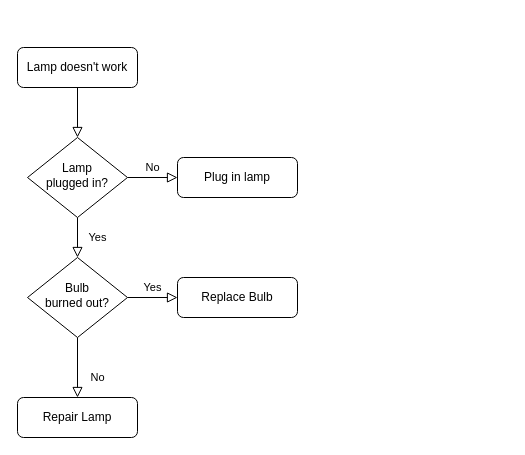
Ijvc01/Prueba keeps this draw.io diagram as Diagrama sin título.drawio. Above is the earlier version. Source tidied: cells renumbered, new cells numbered last; positions are measured from the earlier drawing's top-left corner, leaving out a move shared by most shapes. Both pictures are drawn from the tidied source at 100%, with x=0, y=0 at pixel (17, 47).
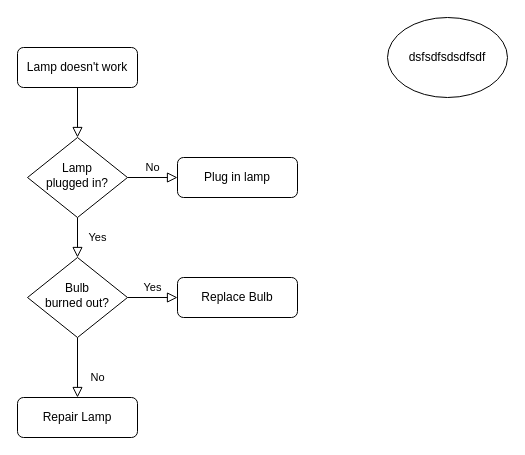
The same diagram, later.

The edit, as a diff of the source:
```diff
@@
 <mxGraphModel>
   <root>
     <mxCell id="0" />
     <mxCell id="1" parent="0" />
     <mxCell id="2" style="rounded=0;html=1;jettySize=auto;fontSize=11;endArrow=block;endFill=0;endSize=8;strokeWidth=1;shadow=0;labelBackgroundColor=none;edgeStyle=orthogonalEdgeStyle;" parent="1" edge="1" source="3" target="6">
       <mxGeometry relative="1" as="geometry" />
     </mxCell>
     <mxCell id="3" value="Lamp doesn't work" style="rounded=1;whiteSpace=wrap;html=1;fontSize=12;glass=0;strokeWidth=1;shadow=0;" parent="1" vertex="1">
       <mxGeometry width="120" height="40" as="geometry" />
     </mxCell>
     <mxCell id="4" value="Yes" style="rounded=0;html=1;jettySize=auto;fontSize=11;endArrow=block;endFill=0;endSize=8;strokeWidth=1;shadow=0;labelBackgroundColor=none;edgeStyle=orthogonalEdgeStyle;" parent="1" edge="1" source="6" target="10">
       <mxGeometry y="20" relative="1" as="geometry" />
     </mxCell>
     <mxCell id="5" value="No" style="edgeStyle=orthogonalEdgeStyle;rounded=0;html=1;jettySize=auto;fontSize=11;endArrow=block;endFill=0;endSize=8;strokeWidth=1;shadow=0;labelBackgroundColor=none;" parent="1" edge="1" source="6" target="7">
       <mxGeometry y="10" relative="1" as="geometry" />
     </mxCell>
     <mxCell id="6" value="Lamp&lt;br&gt;plugged in?" style="rhombus;whiteSpace=wrap;html=1;shadow=0;fontFamily=Helvetica;fontSize=12;align=center;strokeWidth=1;spacing=6;spacingTop=-4;" parent="1" vertex="1">
       <mxGeometry x="10" y="90" width="100" height="80" as="geometry" />
     </mxCell>
     <mxCell id="7" value="Plug in lamp" style="rounded=1;whiteSpace=wrap;html=1;fontSize=12;glass=0;strokeWidth=1;shadow=0;" parent="1" vertex="1">
       <mxGeometry x="160" y="110" width="120" height="40" as="geometry" />
     </mxCell>
     <mxCell id="8" value="No" style="rounded=0;html=1;jettySize=auto;fontSize=11;endArrow=block;endFill=0;endSize=8;strokeWidth=1;shadow=0;labelBackgroundColor=none;edgeStyle=orthogonalEdgeStyle;" parent="1" edge="1" source="10" target="11">
       <mxGeometry x="0.33" y="20" relative="1" as="geometry" />
     </mxCell>
     <mxCell id="9" value="Yes" style="edgeStyle=orthogonalEdgeStyle;rounded=0;html=1;jettySize=auto;fontSize=11;endArrow=block;endFill=0;endSize=8;strokeWidth=1;shadow=0;labelBackgroundColor=none;" parent="1" edge="1" source="10" target="12">
       <mxGeometry y="10" relative="1" as="geometry" />
     </mxCell>
     <mxCell id="10" value="Bulb&lt;br&gt;burned out?" style="rhombus;whiteSpace=wrap;html=1;shadow=0;fontFamily=Helvetica;fontSize=12;align=center;strokeWidth=1;spacing=6;spacingTop=-4;" parent="1" vertex="1">
       <mxGeometry x="10" y="210" width="100" height="80" as="geometry" />
     </mxCell>
     <mxCell id="11" value="Repair Lamp" style="rounded=1;whiteSpace=wrap;html=1;fontSize=12;glass=0;strokeWidth=1;shadow=0;" parent="1" vertex="1">
       <mxGeometry y="350" width="120" height="40" as="geometry" />
     </mxCell>
     <mxCell id="12" value="Replace Bulb" style="rounded=1;whiteSpace=wrap;html=1;fontSize=12;glass=0;strokeWidth=1;shadow=0;" parent="1" vertex="1">
       <mxGeometry x="160" y="230" width="120" height="40" as="geometry" />
     </mxCell>
+    <mxCell id="13" value="dsfsdfsdsdfsdf" style="ellipse;whiteSpace=wrap;html=1;" parent="1" vertex="1">
+      <mxGeometry x="370" y="-30" width="120" height="80" as="geometry" />
+    </mxCell>
   </root>
 </mxGraphModel>
```
